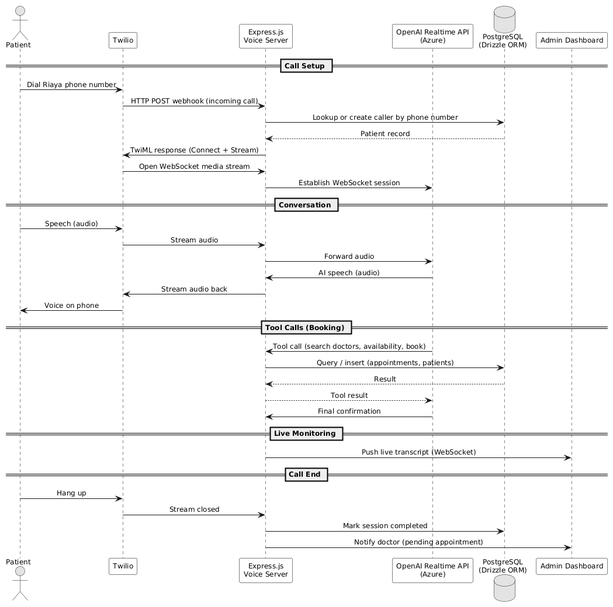
Above: images/sequence_call_flow.png in AtriOmar/riaya-report (PlantUML), before the change.
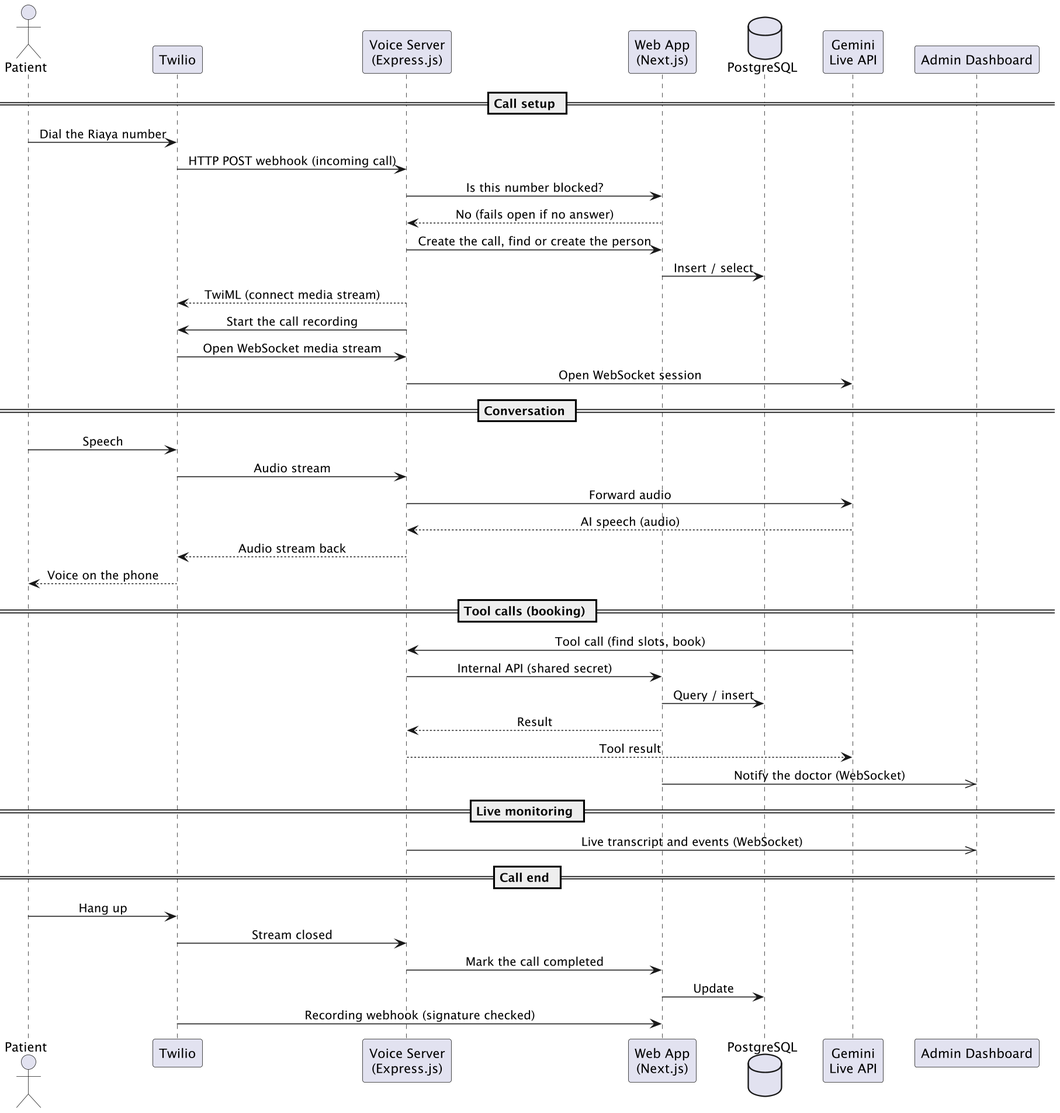
After the change.

Diff of the diagram source:
```diff
@@ -1,53 +1,51 @@
 @startuml
-skinparam monochrome true
+skinparam dpi 150
 skinparam shadowing false
-skinparam defaultFontName Arial
-skinparam defaultFontSize 12
 skinparam sequenceMessageAlign center
-skinparam sequenceArrowThickness 1
-skinparam sequenceLifeLineBorderColor black
-skinparam participantBorderColor black
-skinparam participantBackgroundColor white
+skinparam ParticipantPadding 12
+actor Patient
+participant "Twilio" as TW
+participant "Voice Server\n(Express.js)" as VS
+participant "Web App\n(Next.js)" as WEB
+database "PostgreSQL" as DB
+participant "Gemini\nLive API" as AI
+participant "Admin Dashboard" as AD
 
-
-actor Patient
-participant "Twilio" as Twilio
-participant "Express.js\nVoice Server" as Server
-participant "OpenAI Realtime API\n(Azure)" as AI
-database "PostgreSQL\n(Drizzle ORM)" as DB
-participant "Admin Dashboard" as Admin
-
-== Call Setup ==
-Patient -> Twilio : Dial Riaya phone number
-Twilio -> Server : HTTP POST webhook (incoming call)
-Server -> DB : Lookup or create caller by phone number
-DB --> Server : Patient record
-
-Server -> Twilio : TwiML response (Connect + Stream)
-Twilio -> Server : Open WebSocket media stream
-Server -> AI : Establish WebSocket session
+== Call setup ==
+Patient -> TW : Dial the Riaya number
+TW -> VS : HTTP POST webhook (incoming call)
+VS -> WEB : Is this number blocked?
+WEB --> VS : No (fails open if no answer)
+VS -> WEB : Create the call, find or create the person
+WEB -> DB : Insert / select
+VS --> TW : TwiML (connect media stream)
+VS -> TW : Start the call recording
+TW -> VS : Open WebSocket media stream
+VS -> AI : Open WebSocket session
 
 == Conversation ==
-Patient -> Twilio : Speech (audio)
-Twilio -> Server : Stream audio
-Server -> AI : Forward audio
-AI -> Server : AI speech (audio)
-Server -> Twilio : Stream audio back
-Twilio -> Patient : Voice on phone
+Patient -> TW : Speech
+TW -> VS : Audio stream
+VS -> AI : Forward audio
+AI --> VS : AI speech (audio)
+VS --> TW : Audio stream back
+TW --> Patient : Voice on the phone
 
-== Tool Calls (Booking) ==
-AI -> Server : Tool call (search doctors, availability, book)
-Server -> DB : Query / insert (appointments, patients)
-DB --> Server : Result
-Server --> AI : Tool result
-AI -> Server : Final confirmation
+== Tool calls (booking) ==
+AI -> VS : Tool call (find slots, book)
+VS -> WEB : Internal API (shared secret)
+WEB -> DB : Query / insert
+WEB --> VS : Result
+VS --> AI : Tool result
+WEB ->> AD : Notify the doctor (WebSocket)
 
-== Live Monitoring ==
-Server -> Admin : Push live transcript (WebSocket)
+== Live monitoring ==
+VS ->> AD : Live transcript and events (WebSocket)
 
-== Call End ==
-Patient -> Twilio : Hang up
-Twilio -> Server : Stream closed
-Server -> DB : Mark session completed
-Server -> Admin : Notify doctor (pending appointment)
+== Call end ==
+Patient -> TW : Hang up
+TW -> VS : Stream closed
+VS -> WEB : Mark the call completed
+WEB -> DB : Update
+TW -> WEB : Recording webhook (signature checked)
 @enduml
```
